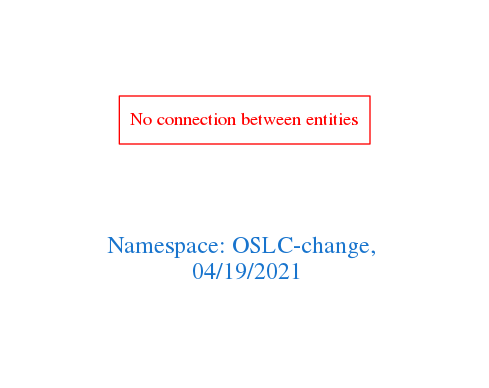
The Graphviz diagram downloads/OSLC-change.png in arago/OGIT, before a commit. Its source is kept beside it as downloads/OSLC-change.dot.
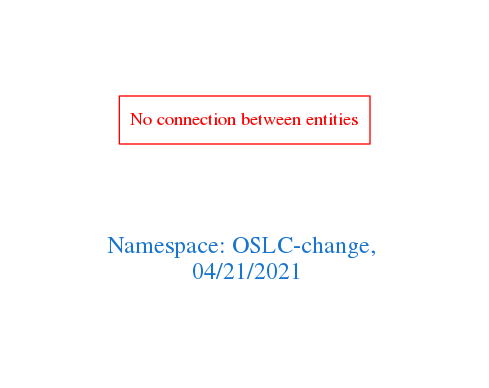
The same diagram one commit later.

The edit, as a diff of the source:
```diff
@@ -1,7 +1,7 @@
 digraph OGIT_ontology {
  graph [ rankdir= LR,pad=1
 fontsize = 18,
-fontcolor= dodgerblue3,label = "\n\n\nNamespace: OSLC-change, \n 04/19/2021"];
+fontcolor= dodgerblue3,label = "\n\n\nNamespace: OSLC-change, \n 04/21/2021"];
 node[shape=polygon];
 edge [  color="gray81"];
 
```
